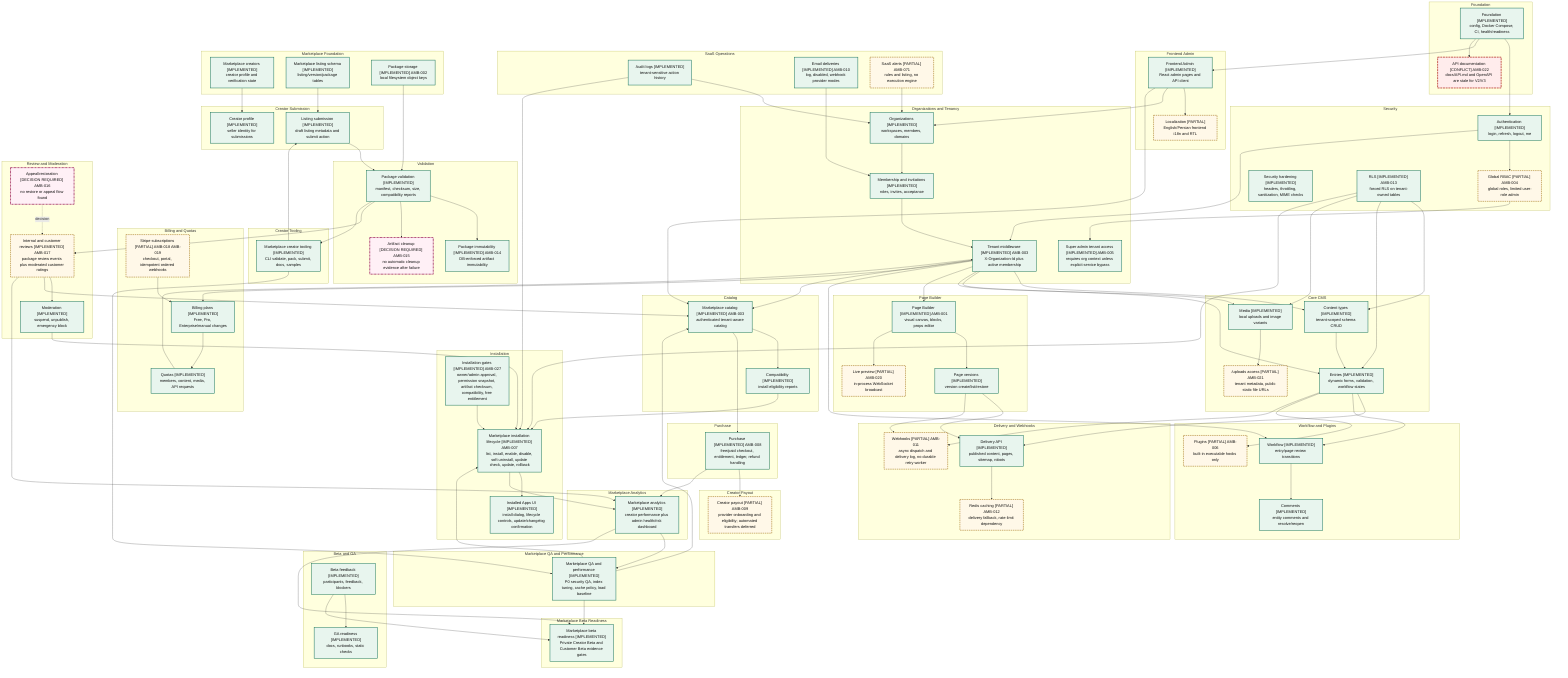
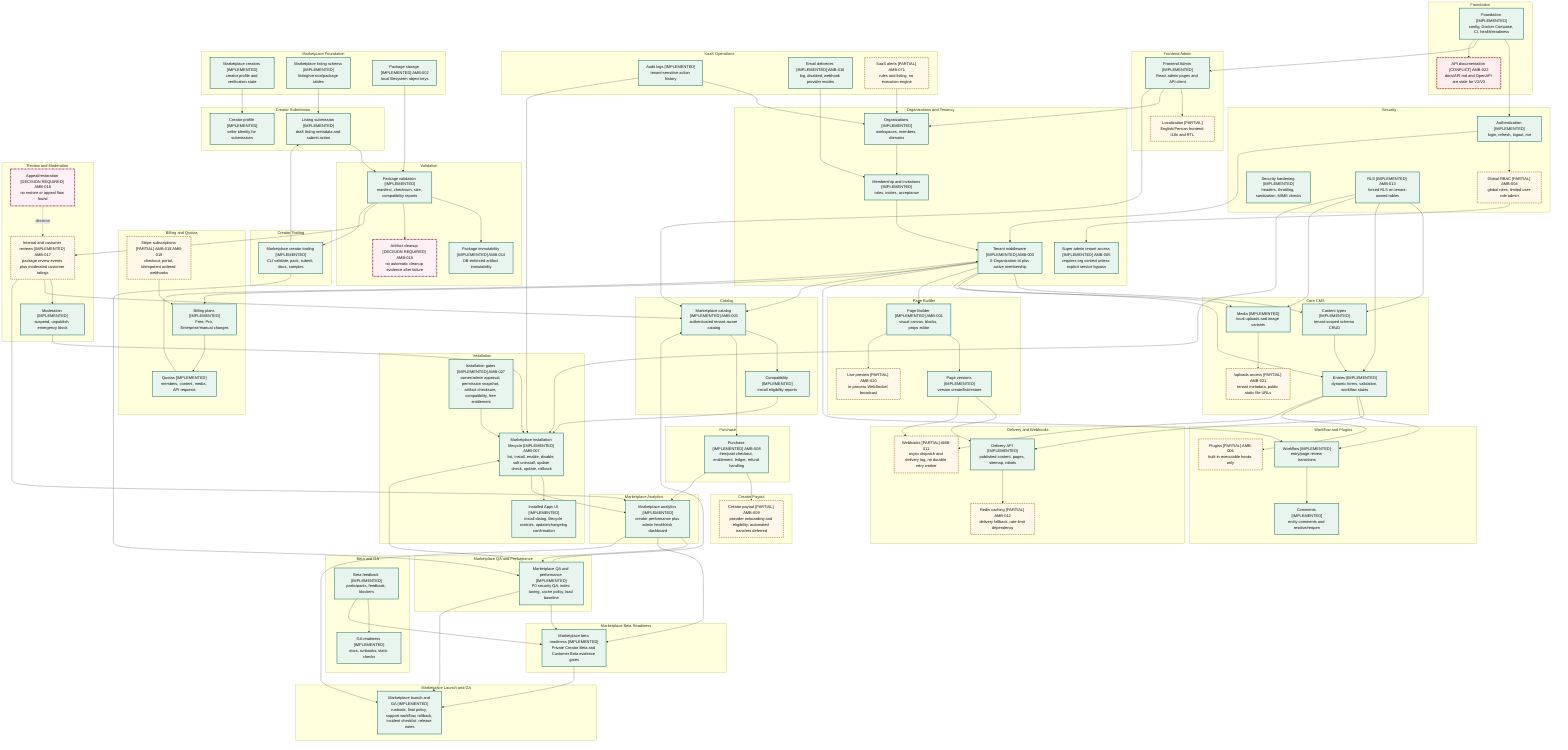
%% Evidence: docs/diagrams/REPOSITORY_INVENTORY.md
%% Evidence: docs/diagrams/ARCHITECTURE_AUDIT.md
%% Evidence: docs/diagrams/AMBIGUITIES.md
flowchart TD
  subgraph foundation_group["Foundation"]
    foundation["Foundation [IMPLEMENTED]<br/>config, Docker Compose, CI, health/readiness"]
    api_docs["API documentation [CONFLICT] AMB-022<br/>docs/API.md and OpenAPI are stale for V2/V3"]
  end

  subgraph core_cms_group["Core CMS"]
    content_types["Content types [IMPLEMENTED]<br/>tenant-scoped schema CRUD"]
    entries["Entries [IMPLEMENTED]<br/>dynamic forms, validation, workflow states"]
    media["Media [IMPLEMENTED]<br/>local uploads and image variants"]
    uploads_access["/uploads access [PARTIAL] AMB-021<br/>tenant metadata, public static file URLs"]
  end

  subgraph page_builder_group["Page Builder"]
    page_builder["Page Builder [IMPLEMENTED] AMB-001<br/>visual canvas, blocks, props editor"]
    page_versions["Page versions [IMPLEMENTED]<br/>version create/list/restore"]
    live_preview["Live preview [PARTIAL] AMB-020<br/>in-process WebSocket broadcast"]
  end

  subgraph delivery_webhooks_group["Delivery and Webhooks"]
    delivery_api["Delivery API [IMPLEMENTED]<br/>published content, pages, sitemap, robots"]
    redis_cache["Redis caching [PARTIAL] AMB-012<br/>delivery fallback, rate-limit dependency"]
    webhooks["Webhooks [PARTIAL] AMB-011<br/>async dispatch and delivery log, no durable retry worker"]
  end

  subgraph workflow_plugins_group["Workflow and Plugins"]
    workflow["Workflow [IMPLEMENTED]<br/>entry/page review transitions"]
    comments["Comments [IMPLEMENTED]<br/>entity comments and resolve/reopen"]
    plugins["Plugins [PARTIAL] AMB-006<br/>built-in executable hooks only"]
  end

  subgraph security_group["Security"]
    auth["Authentication [IMPLEMENTED]<br/>login, refresh, logout, me"]
    global_rbac["Global RBAC [PARTIAL] AMB-004<br/>global roles, limited user-role admin"]
    security_hardening["Security hardening [IMPLEMENTED]<br/>headers, throttling, sanitization, MIME checks"]
    rls["RLS [IMPLEMENTED] AMB-013<br/>forced RLS on tenant-owned tables"]
  end

  subgraph frontend_group["Frontend Admin"]
    frontend_admin["Frontend Admin [IMPLEMENTED]<br/>React admin pages and API client"]
    localization["Localization [PARTIAL]<br/>English/Persian frontend i18n and RTL"]
  end

  subgraph tenancy_group["Organizations and Tenancy"]
    organizations["Organizations [IMPLEMENTED]<br/>workspaces, members, domains"]
    memberships["Membership and invitations [IMPLEMENTED]<br/>roles, invites, acceptance"]
    tenant_middleware["Tenant middleware [IMPLEMENTED] AMB-003<br/>X-Organization-Id plus active membership"]
    super_admin["Super admin tenant access [IMPLEMENTED] AMB-005<br/>requires org context unless explicit service bypass"]
  end

  subgraph billing_group["Billing and Quotas"]
    billing_plans["Billing plans [IMPLEMENTED]<br/>Free, Pro, Enterprise/manual changes"]
    stripe_subscriptions["Stripe subscriptions [PARTIAL] AMB-018 AMB-019<br/>checkout, portal, idempotent ordered webhooks"]
    quotas["Quotas [IMPLEMENTED]<br/>members, content, media, API requests"]
  end

  subgraph saas_ops_group["SaaS Operations"]
    audit_logs["Audit logs [IMPLEMENTED]<br/>tenant-sensitive action history"]
    email_deliveries["Email deliveries [IMPLEMENTED] AMB-010<br/>log, disabled, webhook provider modes"]
    saas_alerts["SaaS alerts [PARTIAL] AMB-071<br/>rules and listing, no execution engine"]
  end

  subgraph beta_ga_group["Beta and GA"]
    beta_feedback["Beta feedback [IMPLEMENTED]<br/>participants, feedback, blockers"]
    ga_readiness["GA readiness [IMPLEMENTED]<br/>docs, runbooks, static checks"]
  end

  subgraph marketplace_foundation_group["Marketplace Foundation"]
    marketplace_creators["Marketplace creators [IMPLEMENTED]<br/>creator profile and verification state"]
    marketplace_listing_schema["Marketplace listing schema [IMPLEMENTED]<br/>listing/version/package tables"]
    marketplace_storage["Package storage [IMPLEMENTED] AMB-002<br/>local filesystem object keys"]
  end

  subgraph creator_submission_group["Creator Submission"]
    creator_profile["Creator profile [IMPLEMENTED]<br/>seller identity for submissions"]
    listing_submission["Listing submission [IMPLEMENTED]<br/>draft listing metadata and submit action"]
  end

  subgraph validation_group["Validation"]
    package_validation["Package validation [IMPLEMENTED]<br/>manifest, checksum, size, compatibility reports"]
    package_immutability["Package immutability [IMPLEMENTED] AMB-014<br/>DB-enforced artifact immutability"]
    artifact_cleanup["Artifact cleanup [DECISION REQUIRED] AMB-015<br/>no automatic cleanup evidence after failure"]
  end

  subgraph review_group["Review and Moderation"]
    internal_review["Internal and customer reviews [IMPLEMENTED] AMB-017<br/>package review events plus moderated customer ratings"]
    moderation["Moderation [IMPLEMENTED]<br/>suspend, unpublish, emergency block"]
    review_restoration["Appeal/restoration [DECISION REQUIRED] AMB-016<br/>no restore or appeal flow found"]
  end

  subgraph catalog_group["Catalog"]
    catalog["Marketplace catalog [IMPLEMENTED] AMB-003<br/>authenticated tenant-aware catalog"]
    compatibility["Compatibility [IMPLEMENTED]<br/>install eligibility reports"]
  end

  subgraph installation_group["Installation"]
    installation["Marketplace installation lifecycle [IMPLEMENTED] AMB-007<br/>list, install, enable, disable, soft uninstall, update check, update, rollback"]
    installation_gates["Installation gates [IMPLEMENTED] AMB-027<br/>owner/admin approval, permission snapshot, artifact checksum, compatibility, free entitlement"]
    installation_ui["Installed Apps UI [IMPLEMENTED]<br/>install dialog, lifecycle controls, update/changelog confirmation"]
  end

  subgraph purchase_group["Purchase"]
    purchase["Purchase [IMPLEMENTED] AMB-008<br/>free/paid checkout, entitlement, ledger, refund handling"]
  end

  subgraph payout_group["Creator Payout"]
    payout["Creator payout [PARTIAL] AMB-009<br/>provider onboarding and eligibility; automated transfers deferred"]
  end

  subgraph analytics_group["Marketplace Analytics"]
    analytics["Marketplace analytics [IMPLEMENTED]<br/>creator performance plus admin health/risk dashboard"]
  end

  subgraph creator_tooling_group["Creator Tooling"]
    creator_tooling["Marketplace creator tooling [IMPLEMENTED]<br/>CLI validate, pack, submit, docs, samples"]
  end

  subgraph qa_performance_group["Marketplace QA and Performance"]
    qa_performance["Marketplace QA and performance [IMPLEMENTED]<br/>P0 security QA, index tuning, cache policy, load baseline"]
  end

  subgraph beta_readiness_group["Marketplace Beta Readiness"]
    beta_readiness["Marketplace beta readiness [IMPLEMENTED]<br/>Private Creator Beta and Customer Beta evidence gates"]
+   end
+ 
+   subgraph launch_ga_group["Marketplace Launch and GA"]
+     launch_ga["Marketplace launch and GA [IMPLEMENTED]<br/>runbook, final policy, support workflow, rollback, incident checklist, release notes"]
  end

  foundation --> auth
  foundation --> frontend_admin
  foundation --> api_docs
  auth --> global_rbac
  auth --> tenant_middleware
  organizations --> memberships
  memberships --> tenant_middleware
  global_rbac --> super_admin
  tenant_middleware --> content_types
  tenant_middleware --> entries
  tenant_middleware --> media
  tenant_middleware --> page_builder
  tenant_middleware --> workflow
  tenant_middleware --> billing_plans
  tenant_middleware --> catalog
  rls --> content_types
  rls --> entries
  rls --> media
  rls --> installation
  content_types --> entries
  media --> uploads_access
  page_builder --> page_versions
  page_builder --> live_preview
  entries --> delivery_api
  page_versions --> delivery_api
  delivery_api --> redis_cache
  entries --> workflow
  workflow --> comments
  entries --> plugins
  entries --> webhooks
  page_versions --> webhooks
  frontend_admin --> localization
  frontend_admin --> organizations
  frontend_admin --> catalog
  billing_plans --> quotas
  stripe_subscriptions --> billing_plans
  quotas --> tenant_middleware
  audit_logs --> organizations
  email_deliveries --> memberships
  saas_alerts --> organizations
  beta_feedback --> ga_readiness
  marketplace_creators --> creator_profile
  marketplace_listing_schema --> listing_submission
  marketplace_storage --> package_validation
  listing_submission --> package_validation
  package_validation --> package_immutability
  package_validation --> artifact_cleanup
  package_validation --> internal_review
  internal_review --> moderation
  moderation --> installation
  internal_review --> catalog
  review_restoration -. decision .-> internal_review
  catalog --> compatibility
  compatibility --> installation
  installation_gates --> installation
  installation --> installation_ui
  audit_logs --> installation
  catalog --> purchase
  purchase --> payout
  purchase --> analytics
  installation --> analytics
  internal_review --> analytics
  package_validation --> creator_tooling
  creator_tooling --> listing_submission
  creator_tooling --> qa_performance
  analytics --> qa_performance
  qa_performance --> catalog
  qa_performance --> installation
  beta_feedback --> beta_readiness
  analytics --> beta_readiness
  qa_performance --> beta_readiness
- 
-   class foundation,content_types,entries,media,page_builder,page_versions,delivery_api,workflow,comments,auth,security_hardening,rls,frontend_admin,organizations,memberships,tenant_middleware,super_admin,billing_plans,quotas,audit_logs,email_deliveries,beta_feedback,ga_readiness,marketplace_creators,marketplace_listing_schema,marketplace_storage,creator_profile,listing_submission,package_validation,package_immutability,moderation,catalog,compatibility,installation,installation_gates,installation_ui,purchase,analytics,creator_tooling,qa_performance,beta_readiness implemented
+   beta_readiness --> launch_ga
+   qa_performance --> launch_ga
+   analytics --> launch_ga
+ 
+   class foundation,content_types,entries,media,page_builder,page_versions,delivery_api,workflow,comments,auth,security_hardening,rls,frontend_admin,organizations,memberships,tenant_middleware,super_admin,billing_plans,quotas,audit_logs,email_deliveries,beta_feedback,ga_readiness,marketplace_creators,marketplace_listing_schema,marketplace_storage,creator_profile,listing_submission,package_validation,package_immutability,moderation,catalog,compatibility,installation,installation_gates,installation_ui,purchase,analytics,creator_tooling,qa_performance,beta_readiness,launch_ga implemented
  class global_rbac,uploads_access,live_preview,redis_cache,webhooks,plugins,localization,stripe_subscriptions,saas_alerts,internal_review,payout partial
  class api_docs conflict
  class artifact_cleanup,review_restoration decision
  classDef implemented fill:#e8f5ee,stroke:#17745b,stroke-width:2px,color:#111
  classDef partial fill:#fff8e8,stroke:#9a6500,stroke-width:2px,stroke-dasharray: 6 3,color:#111
  classDef planned fill:#f4f4f4,stroke:#666,stroke-width:2px,stroke-dasharray: 2 4,color:#111
  classDef conflict fill:#ffecec,stroke:#b3261e,stroke-width:3px,stroke-dasharray: 8 3,color:#111
  classDef decision fill:#fff0f6,stroke:#9b1b5a,stroke-width:3px,stroke-dasharray: 8 2 2 2,color:#111
